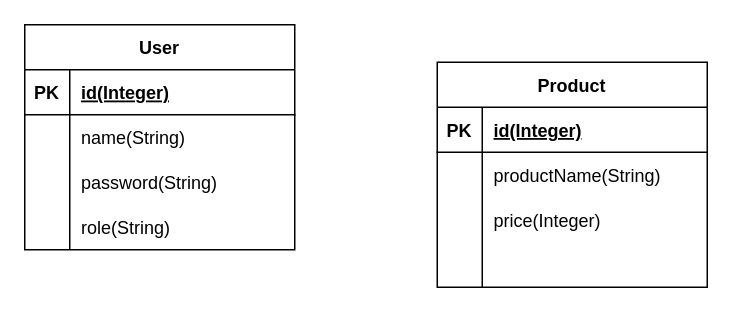
Earlier version of the draw.io diagram diagrams.drawio (raihanibagaskoro/Backend_Dev_10Xers). Source tidied: cells renumbered, new cells numbered last; positions are measured from the earlier drawing's top-left corner, leaving out a move shared by most shapes. Both pictures are drawn from the tidied source at 150%, with x=0, y=0 at pixel (24, 24).
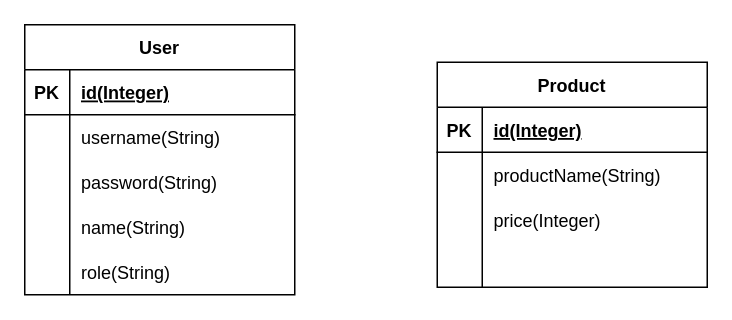
The same page after the edit.

Unchanged cells that the change refers to:
```xml
<mxCell id="6" style="shape=tableRow;horizontal=0;startSize=0;swimlaneHead=0;swimlaneBody=0;fillColor=none;top=0;left=0;right=0;bottom=0;" parent="2" vertex="1">
  <mxGeometry y="60" width="180" height="30" as="geometry" />
</mxCell>
<mxCell id="12" style="shape=tableRow;horizontal=0;startSize=0;swimlaneHead=0;swimlaneBody=0;fillColor=none;top=0;left=0;right=0;bottom=0;" parent="2" vertex="1">
  <mxGeometry y="120" width="180" height="30" as="geometry" />
</mxCell>
```

What changed in the source:
```diff
@@
     <mxCell id="2" value="User" style="shape=table;startSize=30;childLayout=tableLayout;rowLines=0;fontStyle=1;align=center;" parent="1" vertex="1">
-      <mxGeometry width="180" height="150" as="geometry" />
+      <mxGeometry width="180" height="180" as="geometry" />
     </mxCell>
@@
-    <mxCell id="8" value="name(String)" style="shape=partialRectangle;fillColor=none;top=0;left=0;bottom=0;right=0;align=left;spacingLeft=6;overflow=hidden;" parent="6" vertex="1">
+    <mxCell id="8" value="username(String)" style="shape=partialRectangle;fillColor=none;top=0;left=0;bottom=0;right=0;align=left;spacingLeft=6;overflow=hidden;" parent="6" vertex="1">
       <mxGeometry x="30" width="150" height="30" as="geometry" />
     </mxCell>
@@
-    <mxCell id="14" value="role(String)" style="shape=partialRectangle;fillColor=none;top=0;left=0;bottom=0;right=0;align=left;spacingLeft=6;overflow=hidden;" parent="12" vertex="1">
+    <mxCell id="14" value="name(String)" style="shape=partialRectangle;fillColor=none;top=0;left=0;bottom=0;right=0;align=left;spacingLeft=6;overflow=hidden;" parent="12" vertex="1">
       <mxGeometry x="30" width="150" height="30" as="geometry" />
     </mxCell>
+    <mxCell id="28" style="shape=tableRow;horizontal=0;startSize=0;swimlaneHead=0;swimlaneBody=0;fillColor=none;top=0;left=0;right=0;bottom=0;" parent="2" vertex="1">
+      <mxGeometry y="150" width="180" height="30" as="geometry" />
+    </mxCell>
+    <mxCell id="29" style="shape=partialRectangle;fillColor=none;top=0;left=0;bottom=0;right=0;overflow=hidden;" parent="28" vertex="1">
+      <mxGeometry width="30" height="30" as="geometry" />
+    </mxCell>
+    <mxCell id="30" value="role(String)" style="shape=partialRectangle;fillColor=none;top=0;left=0;bottom=0;right=0;align=left;spacingLeft=6;overflow=hidden;" parent="28" vertex="1">
+      <mxGeometry x="30" width="150" height="30" as="geometry" />
+    </mxCell>
```
